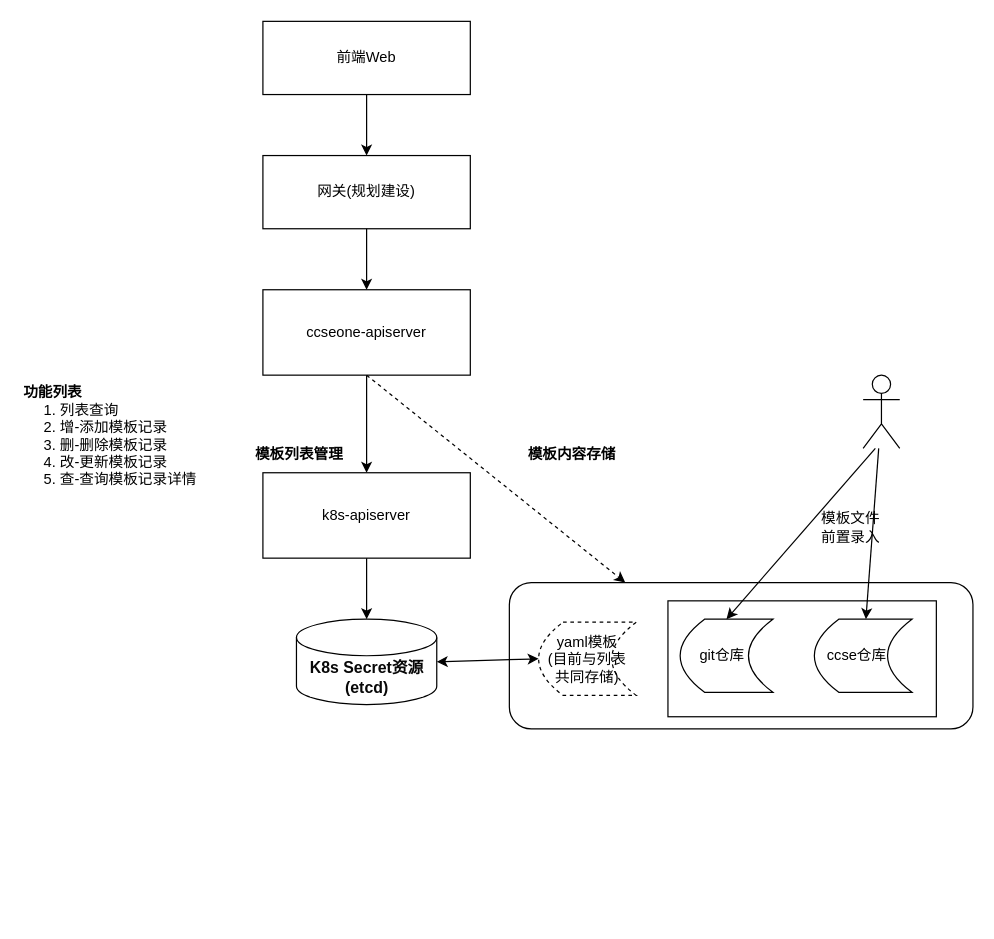
The draw.io diagram page "架构图" (1 of 2) of drawio/ccse-模板仓库01.drawio in Tiny-VS-Lina/ccse, before the edit. Source tidied: cells renumbered, new cells numbered last; positions are measured from the earlier drawing's top-left corner, leaving out a move shared by most shapes. Both pictures are drawn from the tidied source at 122%, with x=0, y=0 at pixel (21, 21).
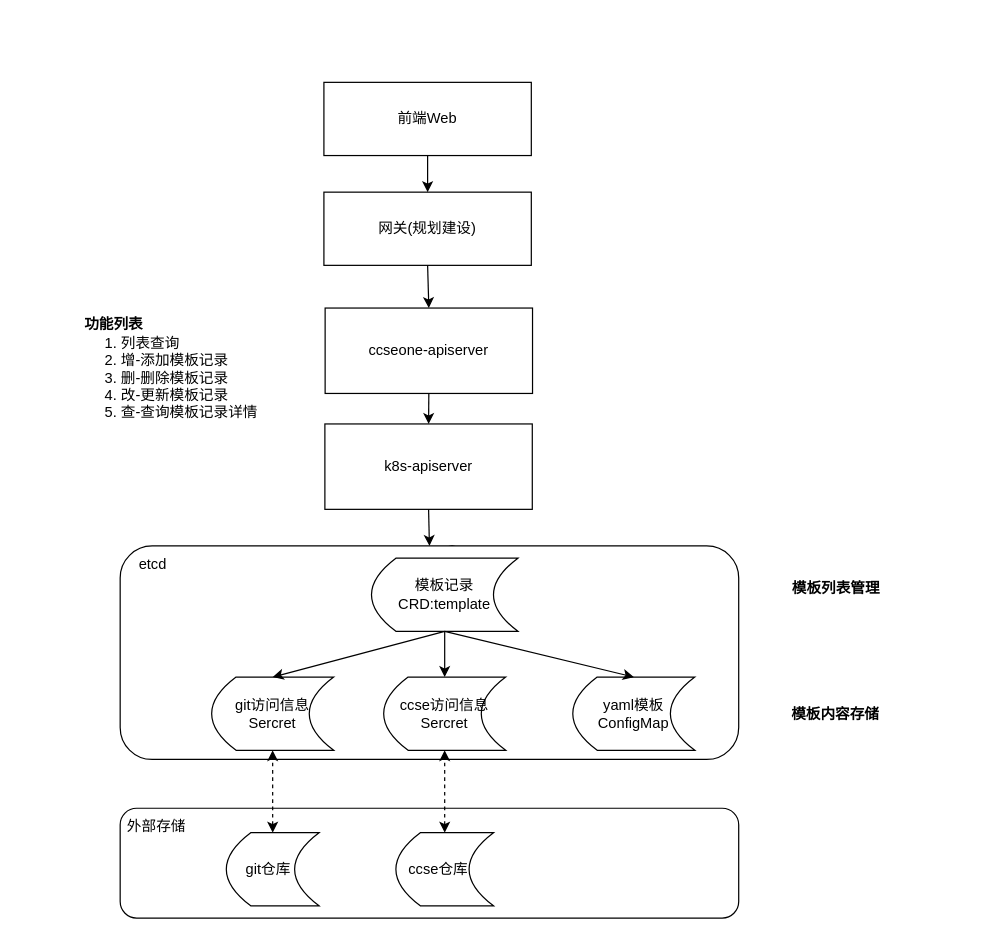
After the change.

Commit message:
更新ccse-模板仓库01.drawio

Change to the diagram source:
```diff
@@
-    <mxCell id="2" style="rounded=1;whiteSpace=wrap;html=1;" parent="1" vertex="1">
-      <mxGeometry x="400" y="460" width="380" height="120" as="geometry" />
-    </mxCell>
-    <mxCell id="3" style="rounded=0;whiteSpace=wrap;html=1;" parent="1" vertex="1">
-      <mxGeometry x="530" y="475" width="220" height="95" as="geometry" />
-    </mxCell>
+    <mxCell id="25" style="group;" parent="1" vertex="1">
+      <mxGeometry x="78" y="430" width="510" height="175" as="geometry" />
+    </mxCell>
+    <mxCell id="23" style="shape=umlActor;verticalLabelPosition=bottom;verticalAlign=top;html=1;outlineConnect=0;" parent="25" vertex="1">
+      <mxGeometry x="260" width="30" height="60" as="geometry" />
+    </mxCell>
+    <mxCell id="26" style="rounded=1;whiteSpace=wrap;html=1;" parent="25" vertex="1">
+      <mxGeometry x="3" width="507" height="175" as="geometry" />
+    </mxCell>
+    <mxCell id="27" value="模板记录&lt;br&gt;CRD:template" style="shape=dataStorage;whiteSpace=wrap;html=1;fixedSize=1;" parent="25" vertex="1">
+      <mxGeometry x="209" y="10" width="120" height="60" as="geometry" />
+    </mxCell>
+    <mxCell id="28" value="yaml模板&lt;br&gt;ConfigMap" style="shape=dataStorage;whiteSpace=wrap;html=1;fixedSize=1;" parent="25" vertex="1">
+      <mxGeometry x="374" y="107.5" width="100" height="60" as="geometry" />
+    </mxCell>
+    <mxCell id="29" value="git访问信息&lt;br&gt;Sercret" style="shape=dataStorage;whiteSpace=wrap;html=1;fixedSize=1;" parent="25" vertex="1">
+      <mxGeometry x="78" y="107.5" width="100" height="60" as="geometry" />
+    </mxCell>
+    <mxCell id="30" value="ccse访问信息&lt;br&gt;Sercret" style="shape=dataStorage;whiteSpace=wrap;html=1;fixedSize=1;" parent="25" vertex="1">
+      <mxGeometry x="219" y="107.5" width="100" height="60" as="geometry" />
+    </mxCell>
+    <mxCell id="31" style="endArrow=classic;html=1;rounded=0;entryX=0.5;entryY=0;entryDx=0;entryDy=0;exitX=0.5;exitY=1;exitDx=0;exitDy=0;" parent="25" edge="1" source="27" target="28">
+      <mxGeometry relative="1" as="geometry" />
+    </mxCell>
+    <mxCell id="32" style="endArrow=classic;html=1;rounded=0;exitX=0.5;exitY=1;exitDx=0;exitDy=0;entryX=0.5;entryY=0;entryDx=0;entryDy=0;" parent="25" edge="1" source="27" target="29">
+      <mxGeometry relative="1" as="geometry" />
+    </mxCell>
+    <mxCell id="33" style="endArrow=classic;html=1;rounded=0;exitX=0.5;exitY=1;exitDx=0;exitDy=0;entryX=0.5;entryY=0;entryDx=0;entryDy=0;" parent="25" edge="1" source="27" target="30">
+      <mxGeometry relative="1" as="geometry" />
+    </mxCell>
+    <mxCell id="34" value="etcd" style="text;html=1;strokeColor=none;fillColor=none;align=center;verticalAlign=middle;whiteSpace=wrap;rounded=0;" parent="25" vertex="1">
+      <mxGeometry width="60" height="30" as="geometry" />
+    </mxCell>
+    <mxCell id="35" style="rounded=1;whiteSpace=wrap;html=1;" parent="1" vertex="1">
+      <mxGeometry x="81" y="645" width="507" height="90" as="geometry" />
+    </mxCell>
     <mxCell id="4" value="网关(规划建设)" style="rounded=0;whiteSpace=wrap;html=1;" parent="1" vertex="1">
-      <mxGeometry x="198" y="110" width="170" height="60" as="geometry" />
+      <mxGeometry x="248" y="140" width="170" height="60" as="geometry" />
     </mxCell>
     <mxCell id="5" value="ccseone-apiserver" style="rounded=0;whiteSpace=wrap;html=1;" parent="1" vertex="1">
-      <mxGeometry x="198" y="220" width="170" height="70" as="geometry" />
+      <mxGeometry x="249" y="235" width="170" height="70" as="geometry" />
     </mxCell>
     <mxCell id="6" value="ccse仓库&amp;nbsp; &amp;nbsp;" style="shape=dataStorage;whiteSpace=wrap;html=1;fixedSize=1;" parent="1" vertex="1">
-      <mxGeometry x="650" y="490" width="80" height="60" as="geometry" />
+      <mxGeometry x="307" y="665" width="80" height="60" as="geometry" />
     </mxCell>
     <mxCell id="7" value="git仓库&amp;nbsp;&amp;nbsp;" style="shape=dataStorage;whiteSpace=wrap;html=1;fixedSize=1;" parent="1" vertex="1">
-      <mxGeometry x="540" y="490" width="76" height="60" as="geometry" />
+      <mxGeometry x="168" y="665" width="76" height="60" as="geometry" />
     </mxCell>
-    <mxCell id="8" value="yaml模板&lt;br&gt;(目前与列表&lt;br&gt;共同存储)" style="shape=dataStorage;whiteSpace=wrap;html=1;fixedSize=1;dashed=1;" parent="1" vertex="1">
-      <mxGeometry x="424" y="492.5" width="80" height="60" as="geometry" />
-    </mxCell>
-    <mxCell id="9" style="endArrow=classic;html=1;rounded=0;exitX=0.5;exitY=1;exitDx=0;exitDy=0;entryX=0.25;entryY=0;entryDx=0;entryDy=0;dashed=1;" parent="1" edge="1" source="5" target="2">
-      <mxGeometry relative="1" as="geometry" />
-    </mxCell>
@@
     <mxCell id="12" value="&lt;b&gt;功能列表&lt;/b&gt;&lt;br&gt;&amp;nbsp; &amp;nbsp; &amp;nbsp;1. 列表查询&lt;br&gt;&amp;nbsp; &amp;nbsp; &amp;nbsp;2.&amp;nbsp;增-添加模板记录&lt;br&gt;&amp;nbsp; &amp;nbsp; &amp;nbsp;3.&amp;nbsp;删-删除模板记录&lt;br&gt;&amp;nbsp; &amp;nbsp; &amp;nbsp;4.&amp;nbsp;改-更新模板记录&lt;br&gt;&amp;nbsp; &amp;nbsp; &amp;nbsp;5.&amp;nbsp;查-查询模板记录详情" style="text;html=1;strokeColor=none;fillColor=none;align=left;verticalAlign=middle;whiteSpace=wrap;rounded=0;" parent="1" vertex="1">
-      <mxGeometry y="290" width="180" height="100" as="geometry" />
+      <mxGeometry x="50" y="235" width="180" height="100" as="geometry" />
     </mxCell>
     <mxCell id="13" value="&lt;b&gt;模板内容存储&lt;/b&gt;" style="text;html=1;strokeColor=none;fillColor=none;align=center;verticalAlign=middle;whiteSpace=wrap;rounded=0;" parent="1" vertex="1">
-      <mxGeometry x="394" y="347.5" width="115" height="15" as="geometry" />
+      <mxGeometry x="610" y="560" width="115" height="15" as="geometry" />
     </mxCell>
     <mxCell id="14" value="&lt;b&gt;模板列表管理&lt;/b&gt;" style="text;html=1;strokeColor=none;fillColor=none;align=center;verticalAlign=middle;whiteSpace=wrap;rounded=0;" parent="1" vertex="1">
-      <mxGeometry x="188" y="340" width="80" height="30" as="geometry" />
+      <mxGeometry x="627.5" y="450" width="80" height="30" as="geometry" />
     </mxCell>
-    <mxCell id="15" value="&lt;p style=&quot;background-color: rgb(255, 255, 255); color: rgb(8, 8, 8);&quot;&gt;&lt;font size=&quot;1&quot; style=&quot;&quot; face=&quot;Helvetica&quot;&gt;&lt;b style=&quot;font-size: 13px;&quot;&gt;K8s Secret资源&lt;br&gt;&lt;/b&gt;&lt;/font&gt;&lt;b style=&quot;font-family: Helvetica; white-space: normal; font-size: 13px;&quot;&gt;(etcd)&lt;/b&gt;&lt;/p&gt;" style="shape=cylinder3;whiteSpace=wrap;html=1;boundedLbl=1;backgroundOutline=1;size=15;" parent="1" vertex="1">
-      <mxGeometry x="225.5" y="490" width="115" height="70" as="geometry" />
-    </mxCell>
     <mxCell id="16" value="k8s-apiserver" style="rounded=0;whiteSpace=wrap;html=1;" parent="1" vertex="1">
-      <mxGeometry x="198" y="370" width="170" height="70" as="geometry" />
+      <mxGeometry x="248.8" y="330" width="170" height="70" as="geometry" />
     </mxCell>
-    <mxCell id="17" style="endArrow=classic;html=1;rounded=0;exitX=0.5;exitY=1;exitDx=0;exitDy=0;" parent="1" edge="1" source="16" target="15">
-      <mxGeometry relative="1" as="geometry" />
-    </mxCell>
-    <mxCell id="18" style="endArrow=classic;html=1;rounded=0;exitX=0;exitY=0.5;exitDx=0;exitDy=0;entryX=1;entryY=0.5;entryDx=0;entryDy=0;entryPerimeter=0;startArrow=classic;startFill=1;" parent="1" edge="1" source="8" target="15">
-      <mxGeometry relative="1" as="geometry" />
-    </mxCell>
     <mxCell id="19" value="前端Web" style="rounded=0;whiteSpace=wrap;html=1;" parent="1" vertex="1">
-      <mxGeometry x="198" width="170" height="60" as="geometry" />
+      <mxGeometry x="248" y="50" width="170" height="60" as="geometry" />
     </mxCell>
@@
-    <mxCell id="21" style="endArrow=classic;html=1;rounded=0;entryX=0.5;entryY=0;entryDx=0;entryDy=0;" parent="1" edge="1" target="7">
-      <mxGeometry relative="1" as="geometry">
-        <mxPoint x="700" y="350" as="sourcePoint" />
-      </mxGeometry>
-    </mxCell>
-    <mxCell id="22" style="endArrow=classic;html=1;rounded=0;" parent="1" edge="1" source="23" target="6">
-      <mxGeometry relative="1" as="geometry" />
-    </mxCell>
-    <mxCell id="23" style="shape=umlActor;verticalLabelPosition=bottom;verticalAlign=top;html=1;outlineConnect=0;" parent="1" vertex="1">
-      <mxGeometry x="690" y="290" width="30" height="60" as="geometry" />
-    </mxCell>
-    <mxCell id="24" value="模板文件前置录入" style="text;html=1;strokeColor=none;fillColor=none;align=center;verticalAlign=middle;whiteSpace=wrap;rounded=0;" parent="1" vertex="1">
-      <mxGeometry x="650" y="400" width="60" height="30" as="geometry" />
-    </mxCell>
+    <mxCell id="36" style="endArrow=classic;html=1;rounded=0;exitX=0.5;exitY=1;exitDx=0;exitDy=0;entryX=0.5;entryY=0;entryDx=0;entryDy=0;" parent="1" edge="1" source="16" target="26">
+      <mxGeometry relative="1" as="geometry" />
+    </mxCell>
+    <mxCell id="37" value="外部存储" style="text;html=1;strokeColor=none;fillColor=none;align=center;verticalAlign=middle;whiteSpace=wrap;rounded=0;" parent="1" vertex="1">
+      <mxGeometry x="81" y="645" width="60" height="30" as="geometry" />
+    </mxCell>
+    <mxCell id="38" style="endArrow=classic;startArrow=classic;html=1;rounded=0;entryX=0.5;entryY=1;entryDx=0;entryDy=0;exitX=0.5;exitY=0;exitDx=0;exitDy=0;dashed=1;" parent="1" edge="1" source="7" target="29">
+      <mxGeometry relative="1" as="geometry" />
+    </mxCell>
+    <mxCell id="39" style="endArrow=classic;startArrow=classic;html=1;rounded=0;entryX=0.5;entryY=1;entryDx=0;entryDy=0;dashed=1;" parent="1" edge="1" source="6" target="30">
+      <mxGeometry relative="1" as="geometry" />
+    </mxCell>
```
